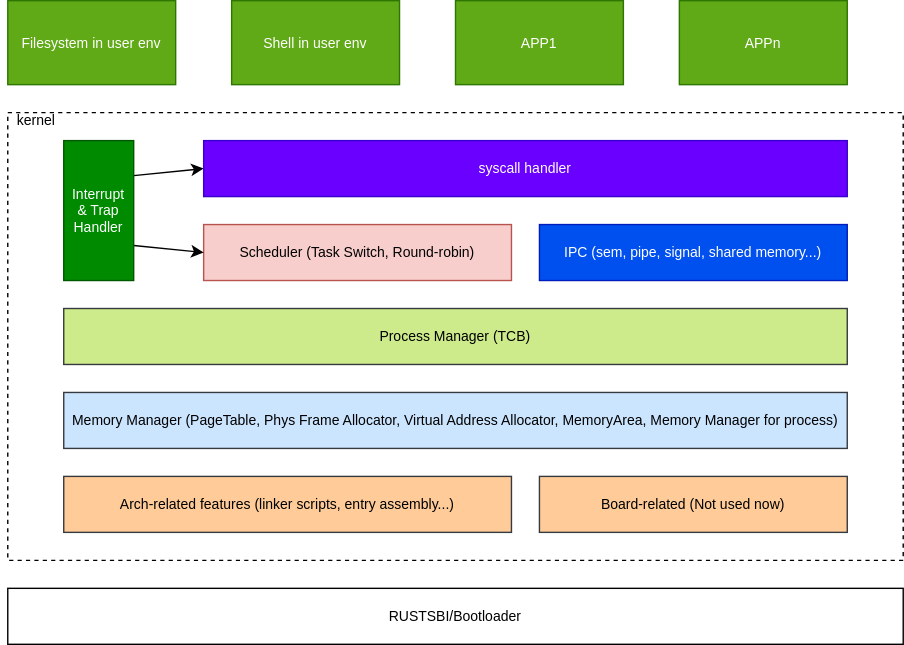
The draw.io diagram drawio/architecture.svg in croakexciting/forfun-os, before a commit. Source tidied: cells renumbered, new cells last; positions are measured from the earlier drawing's top-left corner, leaving out a move shared by most shapes.
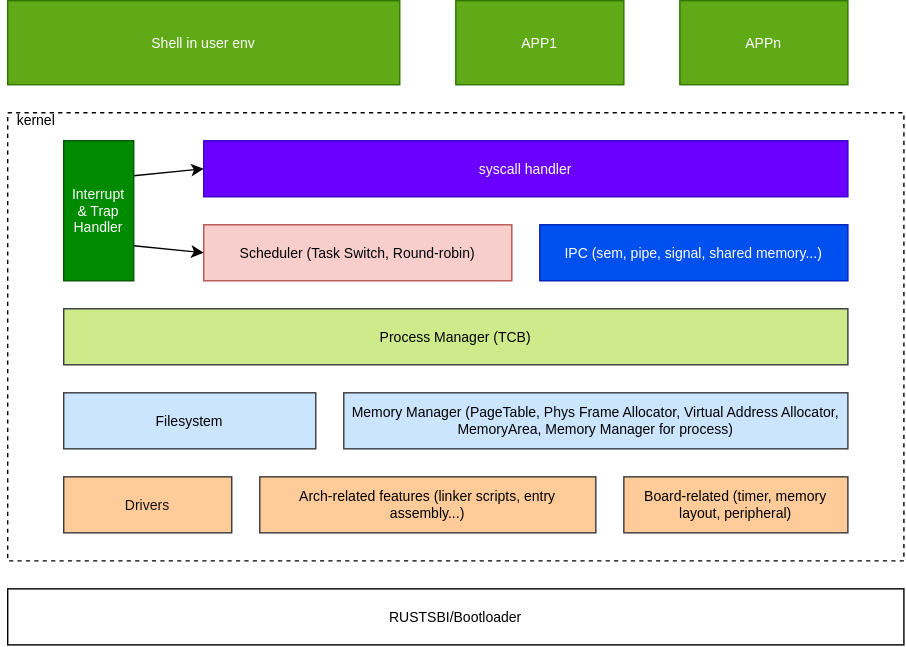
Later version of the same file.

Change to the diagram source:
```diff
@@ -9,13 +9,13 @@
       <mxGeometry y="70" width="50" height="30" as="geometry" />
     </mxCell>
     <mxCell id="4" value="&lt;font style=&quot;font-size: 10px;&quot; color=&quot;#000000&quot;&gt;Arch-related features (linker scripts, entry assembly...)&lt;/font&gt;" style="rounded=0;whiteSpace=wrap;html=1;fillColor=#ffcc99;strokeColor=#36393d;fontSize=10;" parent="1" vertex="1">
-      <mxGeometry x="45" y="340" width="320" height="40" as="geometry" />
+      <mxGeometry x="185" y="340" width="240" height="40" as="geometry" />
     </mxCell>
     <mxCell id="5" value="&lt;font style=&quot;font-size: 10px;&quot; color=&quot;#000000&quot;&gt;Memory Manager (PageTable, Phys Frame Allocator, Virtual Address Allocator, MemoryArea, Memory Manager for process)&lt;/font&gt;" style="rounded=0;whiteSpace=wrap;html=1;fillColor=#cce5ff;strokeColor=#36393d;fontSize=10;" parent="1" vertex="1">
-      <mxGeometry x="45" y="280" width="560" height="40" as="geometry" />
+      <mxGeometry x="245" y="280" width="360" height="40" as="geometry" />
     </mxCell>
-    <mxCell id="6" value="&lt;font style=&quot;font-size: 10px;&quot; color=&quot;#000000&quot;&gt;Board-related (Not used now)&lt;/font&gt;" style="rounded=0;whiteSpace=wrap;html=1;fillColor=#ffcc99;strokeColor=#36393d;fontSize=10;" parent="1" vertex="1">
-      <mxGeometry x="385" y="340" width="220" height="40" as="geometry" />
+    <mxCell id="6" value="&lt;font style=&quot;font-size: 10px;&quot; color=&quot;#000000&quot;&gt;Board-related (timer, memory layout, peripheral)&lt;/font&gt;" style="rounded=0;whiteSpace=wrap;html=1;fillColor=#ffcc99;strokeColor=#36393d;fontSize=10;" parent="1" vertex="1">
+      <mxGeometry x="445" y="340" width="160" height="40" as="geometry" />
     </mxCell>
     <mxCell id="7" value="RUSTSBI/Bootloader" style="rounded=0;whiteSpace=wrap;html=1;labelBackgroundColor=none;fontSize=10;fontColor=#000000;fillColor=#FFFFFF;" parent="1" vertex="1">
       <mxGeometry x="5" y="420" width="640" height="40" as="geometry" />
@@ -47,11 +47,8 @@
     <mxCell id="16" value="Trap" style="text;html=1;align=center;verticalAlign=middle;strokeColor=none;fillColor=none;fontSize=10;fontColor=#FFFFFF;" parent="1" vertex="1">
       <mxGeometry x="100" y="95" width="40" height="30" as="geometry" />
     </mxCell>
-    <mxCell id="17" value="Filesystem in user env" style="rounded=0;whiteSpace=wrap;html=1;labelBackgroundColor=none;fontSize=10;fontColor=#ffffff;fillColor=#60a917;strokeColor=#2D7600;" parent="1" vertex="1">
-      <mxGeometry x="5" width="120" height="60" as="geometry" />
-    </mxCell>
     <mxCell id="18" value="Shell in user env" style="rounded=0;whiteSpace=wrap;html=1;labelBackgroundColor=none;fontSize=10;fontColor=#ffffff;fillColor=#60a917;strokeColor=#2D7600;" parent="1" vertex="1">
-      <mxGeometry x="165" width="120" height="60" as="geometry" />
+      <mxGeometry x="5" width="280" height="60" as="geometry" />
     </mxCell>
     <mxCell id="19" value="APP1" style="rounded=0;whiteSpace=wrap;html=1;labelBackgroundColor=none;fontSize=10;fontColor=#ffffff;fillColor=#60a917;strokeColor=#2D7600;" parent="1" vertex="1">
       <mxGeometry x="325" width="120" height="60" as="geometry" />
@@ -59,5 +56,11 @@
     <mxCell id="20" value="APPn" style="rounded=0;whiteSpace=wrap;html=1;labelBackgroundColor=none;fontSize=10;fontColor=#ffffff;fillColor=#60a917;strokeColor=#2D7600;" parent="1" vertex="1">
       <mxGeometry x="485" width="120" height="60" as="geometry" />
     </mxCell>
+    <mxCell id="21" value="&lt;font color=&quot;#000000&quot;&gt;Filesystem&lt;/font&gt;" style="rounded=0;whiteSpace=wrap;html=1;labelBackgroundColor=none;fontSize=10;fontColor=default;fillColor=#cce5ff;strokeColor=#36393d;" parent="1" vertex="1">
+      <mxGeometry x="45" y="280" width="180" height="40" as="geometry" />
+    </mxCell>
+    <mxCell id="22" value="&lt;font color=&quot;#141414&quot;&gt;Drivers&lt;/font&gt;" style="rounded=0;whiteSpace=wrap;html=1;labelBackgroundColor=none;fontSize=10;fontColor=default;fillColor=#ffcc99;strokeColor=#36393d;" parent="1" vertex="1">
+      <mxGeometry x="45" y="340" width="120" height="40" as="geometry" />
+    </mxCell>
   </root>
 </mxGraphModel>
```
